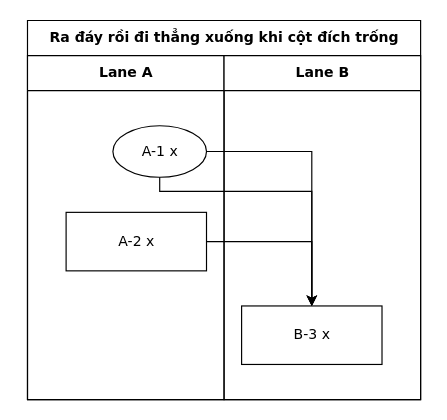
Above: conformance/golden/optimize/cases-65-route-d-straight-column.drawio in luytbq/flowcast (draw.io), before the change. Source tidied: cells renumbered, new cells numbered last; positions are measured from the earlier drawing's top-left corner, leaving out a move shared by most shapes. Both pictures are drawn from the tidied source at 117%, with x=0, y=0 at pixel (27, 20).
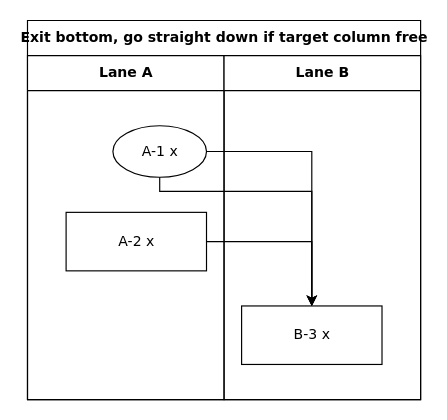
Above is the later version.

The edit, as a diff of the source:
```diff
@@
 <mxGraphModel>
   <root>
     <mxCell id="0" />
     <mxCell id="1" parent="0" />
-    <mxCell id="2" value="Ra đáy rồi đi thẳng xuống khi cột đích trống" style="swimlane;html=1;startSize=30;fontStyle=1;fontFamily=Verdana;fontSize=12;flowtable=1;" parent="1" vertex="1">
+    <mxCell id="2" value="Exit bottom, go straight down if target column free" style="swimlane;html=1;startSize=30;fontStyle=1;fontFamily=Verdana;fontSize=12;flowtable=1;" parent="1" vertex="1">
       <mxGeometry width="336" height="324" as="geometry" />
     </mxCell>
     <mxCell id="3" value="Lane A" style="swimlane;html=1;startSize=30;fontFamily=Verdana;fontSize=12;flowtable=1;" parent="2" vertex="1">
       <mxGeometry y="30" width="168" height="294" as="geometry" />
     </mxCell>
     <mxCell id="4" value="Lane B" style="swimlane;html=1;startSize=30;fontFamily=Verdana;fontSize=12;flowtable=1;" parent="2" vertex="1">
       <mxGeometry x="168" y="30" width="168" height="294" as="geometry" />
     </mxCell>
     <mxCell id="5" value="A-1 x" style="ellipse;html=1;fontFamily=Verdana;fontSize=12;flowtable=1;" parent="3" vertex="1">
       <mxGeometry x="73" y="60" width="80" height="44" as="geometry" />
     </mxCell>
     <mxCell id="6" value="A-2 x" style="rounded=0;html=1;fontFamily=Verdana;fontSize=12;flowtable=1;" parent="3" vertex="1">
       <mxGeometry x="33" y="134" width="120" height="50" as="geometry" />
     </mxCell>
     <mxCell id="7" value="B-3 x" style="rounded=0;html=1;fontFamily=Verdana;fontSize=12;flowtable=1;" parent="4" vertex="1">
       <mxGeometry x="15" y="214" width="120" height="50" as="geometry" />
     </mxCell>
     <mxCell id="8" style="edgeStyle=orthogonalEdgeStyle;rounded=0;jettySize=auto;html=1;labelBackgroundColor=default;exitX=1;exitY=0.5;exitDx=0;exitDy=0;entryX=0.5;entryY=0;entryDx=0;entryDy=0;fontFamily=Verdana;fontSize=12;flowtable=1;" parent="2" edge="1" source="5" target="7">
       <mxGeometry relative="1" as="geometry">
         <Array as="points">
           <mxPoint x="243" y="112" />
         </Array>
       </mxGeometry>
     </mxCell>
     <mxCell id="9" style="edgeStyle=orthogonalEdgeStyle;rounded=0;jettySize=auto;html=1;labelBackgroundColor=default;exitX=0.5;exitY=1;exitDx=0;exitDy=0;entryX=0.5;entryY=0;entryDx=0;entryDy=0;fontFamily=Verdana;fontSize=12;flowtable=1;" parent="2" edge="1" source="5" target="7">
       <mxGeometry relative="1" as="geometry">
         <Array as="points">
           <mxPoint x="113" y="146" />
           <mxPoint x="243" y="146" />
         </Array>
       </mxGeometry>
     </mxCell>
     <mxCell id="10" style="edgeStyle=orthogonalEdgeStyle;rounded=0;jettySize=auto;html=1;labelBackgroundColor=default;exitX=1;exitY=0.5;exitDx=0;exitDy=0;entryX=0.5;entryY=0;entryDx=0;entryDy=0;fontFamily=Verdana;fontSize=12;flowtable=1;" parent="2" edge="1" source="6" target="7">
       <mxGeometry relative="1" as="geometry">
         <Array as="points">
           <mxPoint x="243" y="189" />
         </Array>
       </mxGeometry>
     </mxCell>
   </root>
 </mxGraphModel>
```
